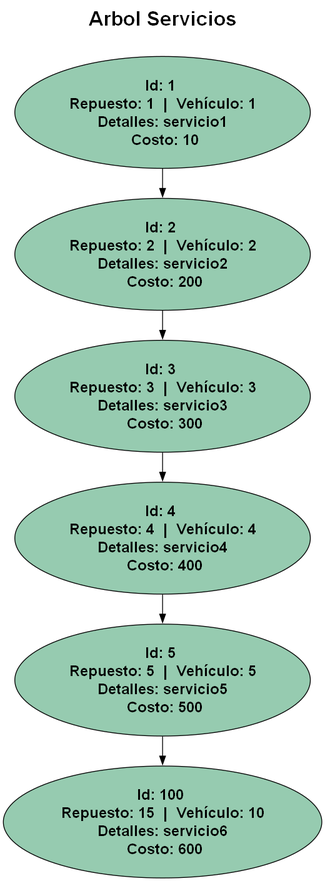
This is Fase2/Reportes/servicios.png from Saloj17/-EDD-1S2025_201900081, a Graphviz export, as it was before one commit. Its source is kept beside it as Fase2/Reportes/servicios.dot.
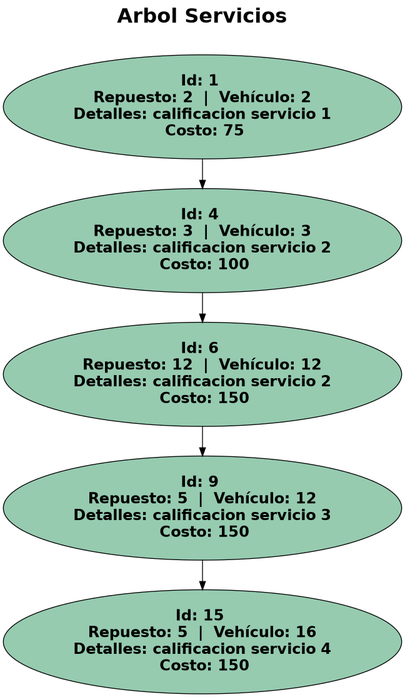
After the change.

The edit, as a diff of the source:
```diff
@@ -6,15 +6,13 @@
 labelloc = "t";
 fontsize = 24;
 fontname = "Helvetica-Bold";
- 1 [label="Id: 1 \n Repuesto: 1  |  Vehículo: 1 \n Detalles: servicio1 \n Costo: 10" style="filled" fillcolor="#96cbb0" fontname="Helvetica-Bold" fontsize = 18 ];
-  1 -> 2;
- 2 [label="Id: 2 \n Repuesto: 2  |  Vehículo: 2 \n Detalles: servicio2 \n Costo: 200" style="filled" fillcolor="#96cbb0" fontname="Helvetica-Bold" fontsize = 18 ];
-  2 -> 3;
- 3 [label="Id: 3 \n Repuesto: 3  |  Vehículo: 3 \n Detalles: servicio3 \n Costo: 300" style="filled" fillcolor="#96cbb0" fontname="Helvetica-Bold" fontsize = 18 ];
-  3 -> 4;
- 4 [label="Id: 4 \n Repuesto: 4  |  Vehículo: 4 \n Detalles: servicio4 \n Costo: 400" style="filled" fillcolor="#96cbb0" fontname="Helvetica-Bold" fontsize = 18 ];
-  4 -> 5;
- 5 [label="Id: 5 \n Repuesto: 5  |  Vehículo: 5 \n Detalles: servicio5 \n Costo: 500" style="filled" fillcolor="#96cbb0" fontname="Helvetica-Bold" fontsize = 18 ];
-  5 -> 100;
- 100 [label="Id: 100 \n Repuesto: 15  |  Vehículo: 10 \n Detalles: servicio6 \n Costo: 600" style="filled" fillcolor="#96cbb0" fontname="Helvetica-Bold" fontsize = 18 ];
+ 1 [label="Id: 1 \n Repuesto: 2  |  Vehículo: 2 \n Detalles: calificacion servicio 1 \n Costo: 75" style="filled" fillcolor="#96cbb0" fontname="Helvetica-Bold" fontsize = 18 ];
+  1 -> 4;
+ 4 [label="Id: 4 \n Repuesto: 3  |  Vehículo: 3 \n Detalles: calificacion servicio 2 \n Costo: 100" style="filled" fillcolor="#96cbb0" fontname="Helvetica-Bold" fontsize = 18 ];
+  4 -> 6;
+ 6 [label="Id: 6 \n Repuesto: 12  |  Vehículo: 12 \n Detalles: calificacion servicio 2 \n Costo: 150" style="filled" fillcolor="#96cbb0" fontname="Helvetica-Bold" fontsize = 18 ];
+  6 -> 9;
+ 9 [label="Id: 9 \n Repuesto: 5  |  Vehículo: 12 \n Detalles: calificacion servicio 3 \n Costo: 150" style="filled" fillcolor="#96cbb0" fontname="Helvetica-Bold" fontsize = 18 ];
+  9 -> 15;
+ 15 [label="Id: 15 \n Repuesto: 5  |  Vehículo: 16 \n Detalles: calificacion servicio 4 \n Costo: 150" style="filled" fillcolor="#96cbb0" fontname="Helvetica-Bold" fontsize = 18 ];
 }
```
